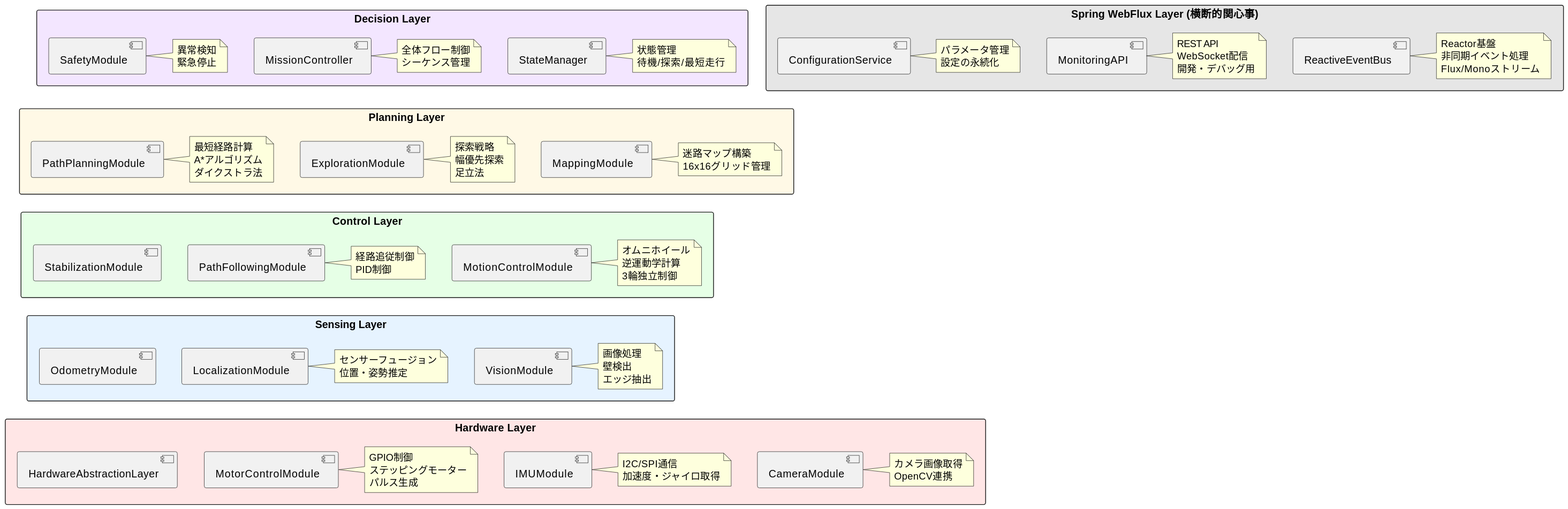
The PlantUML diagram docs/images/module-structure.svg in horie-t/omni-mouse, before a commit.
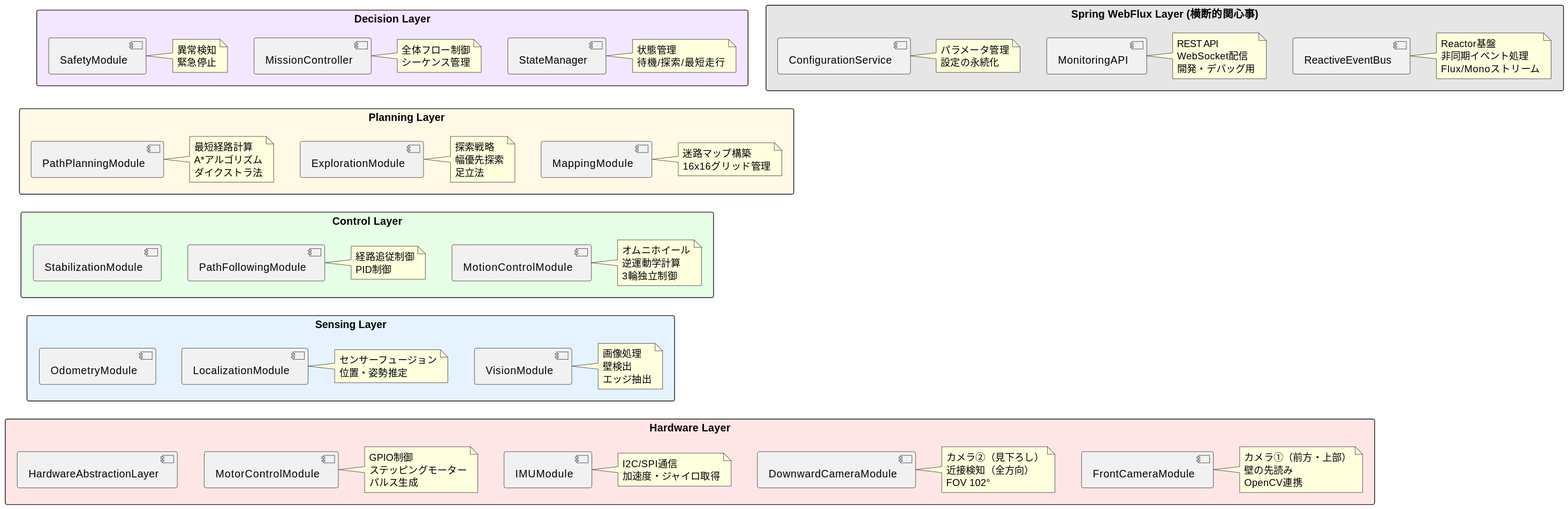
After the change.

Diff of the diagram source:
```diff
@@ -88,14 +88,22 @@
 }
 
 package "Hardware Layer" HARDWARE {
-  component [CameraModule] as CAM
+  component [FrontCameraModule] as CAM_FRONT
+  component [DownwardCameraModule] as CAM_DOWN
   component [IMUModule] as IMU
   component [MotorControlModule] as MOTOR
   component [HardwareAbstractionLayer] as HAL
 
-  note right of CAM
-    カメラ画像取得
+  note right of CAM_FRONT
+    カメラ①（前方・上部）
+    壁の先読み
     OpenCV連携
+  end note
+
+  note right of CAM_DOWN
+    カメラ②（見下ろし）
+    近接検知（全方向）
+    FOV 102°
   end note
 
   note right of IMU
```
